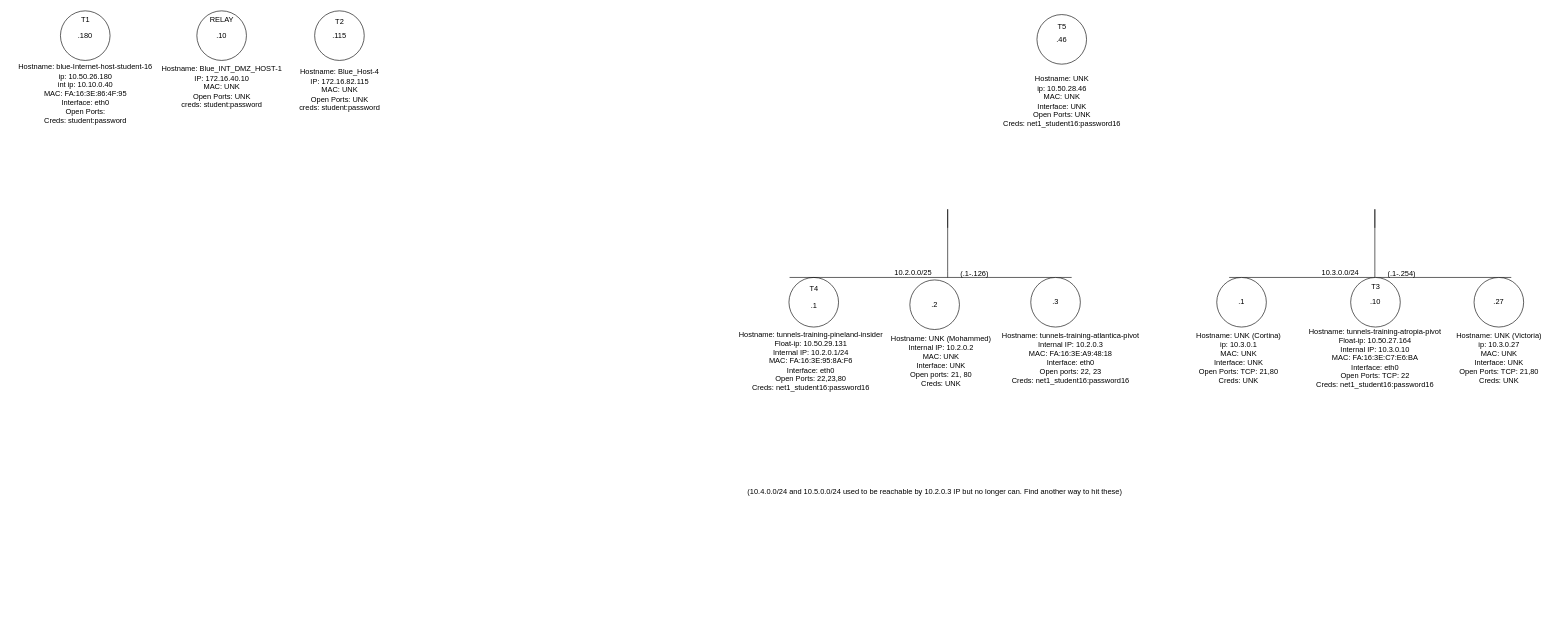
This is CTFdChallenge.drawio from Flyingtomat0/Net-Maps, a draw.io file, before an edit. Source tidied: cells renumbered, new cells numbered last; positions are measured from the earlier drawing's top-left corner, leaving out a move shared by most shapes. Both pictures are drawn from the tidied source at 62%, with x=0, y=0 at pixel (11, 11).
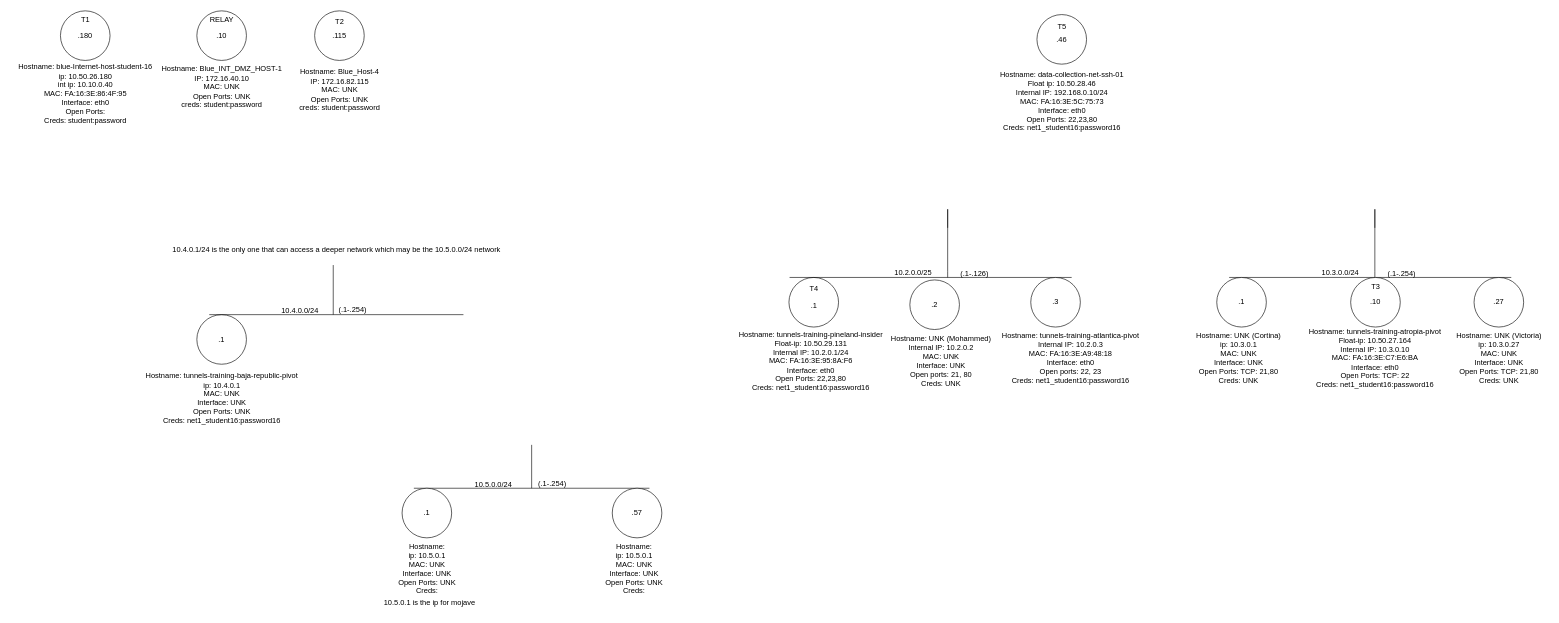
The same diagram, later.

Change to the diagram source:
```diff
@@
-    <mxCell id="6" value="&lt;div&gt;Hostname: UNK&lt;br&gt;&lt;/div&gt;&lt;div&gt;ip: 10.50.28.46&lt;br&gt;&lt;/div&gt;&lt;div&gt;MAC: UNK&lt;br&gt;&lt;/div&gt;&lt;div&gt;Interface: UNK&lt;br&gt;&lt;/div&gt;&lt;div&gt;Open Ports: UNK&lt;/div&gt;&lt;div&gt;Creds: net1_student16:password16&lt;/div&gt;" style="text;html=1;align=center;verticalAlign=middle;strokeColor=none;fillColor=none;" parent="1" vertex="1">
-      <mxGeometry x="1590" y="96" width="210" height="100" as="geometry" />
+    <mxCell id="6" value="&lt;div&gt;Hostname: data-collection-net-ssh-01&lt;br&gt;&lt;/div&gt;&lt;div&gt;Float ip: 10.50.28.46&lt;/div&gt;&lt;div&gt;Internal IP: 192.168.0.10/24&lt;br&gt;&lt;/div&gt;&lt;div&gt;MAC: FA:16:3E:5C:75:73&lt;br&gt;&lt;/div&gt;&lt;div&gt;Interface: eth0&lt;br&gt;&lt;/div&gt;&lt;div&gt;Open Ports: 22,23,80&lt;br&gt;&lt;/div&gt;&lt;div&gt;Creds: net1_student16:password16&lt;/div&gt;" style="text;html=1;align=center;verticalAlign=middle;strokeColor=none;fillColor=none;" parent="1" vertex="1">
+      <mxGeometry x="1585" y="91" width="220" height="110" as="geometry" />
     </mxCell>
@@
-    <mxCell id="37" value="(10.4.0.0/24 and 10.5.0.0/24 used to be reachable by 10.2.0.3 IP but no longer can. Find another way to hit these)" style="text;html=1;align=center;verticalAlign=middle;strokeColor=none;fillColor=none;" parent="1" vertex="1">
-      <mxGeometry x="1175" y="760" width="630" height="30" as="geometry" />
-    </mxCell>
+    <mxCell id="38" value=".1" style="ellipse;whiteSpace=wrap;html=1;" parent="1" vertex="1">
+      <mxGeometry x="300" y="490" width="80" height="80" as="geometry" />
+    </mxCell>
+    <mxCell id="39" value="10.4.0.0/24" style="text;html=1;align=center;verticalAlign=middle;strokeColor=none;fillColor=none;" parent="1" vertex="1">
+      <mxGeometry x="426" y="469" width="80" height="30" as="geometry" />
+    </mxCell>
+    <mxCell id="40" value="&lt;div&gt;Hostname: tunnels-training-baja-republic-pivot&lt;br&gt;&lt;/div&gt;&lt;div&gt;ip: 10.4.0.1&lt;br&gt;&lt;/div&gt;&lt;div&gt;MAC: UNK&lt;br&gt;&lt;/div&gt;&lt;div&gt;Interface: UNK&lt;br&gt;&lt;/div&gt;&lt;div&gt;Open Ports: UNK&lt;/div&gt;&lt;div&gt;Creds: net1_student16:password16&lt;/div&gt;" style="text;html=1;align=center;verticalAlign=middle;strokeColor=none;fillColor=none;" parent="1" vertex="1">
+      <mxGeometry x="205" y="575" width="270" height="100" as="geometry" />
+    </mxCell>
+    <mxCell id="41" value="10.4.0.1/24 is the only one that can access a deeper network which may be the 10.5.0.0/24 network" style="text;html=1;align=center;verticalAlign=middle;strokeColor=none;fillColor=none;" parent="1" vertex="1">
+      <mxGeometry x="250" y="370" width="550" height="30" as="geometry" />
+    </mxCell>
+    <mxCell id="42" value="10.5.0.1 is the ip for mojave" style="text;html=1;align=center;verticalAlign=middle;strokeColor=none;fillColor=none;" parent="1" vertex="1">
+      <mxGeometry x="590" y="940" width="170" height="30" as="geometry" />
+    </mxCell>
+    <mxCell id="43" style="endArrow=none;html=1;rounded=0;" parent="1" edge="1">
+      <mxGeometry relative="1" as="geometry">
+        <mxPoint x="320" y="490" as="sourcePoint" />
+        <mxPoint x="730" y="490" as="targetPoint" />
+      </mxGeometry>
+    </mxCell>
+    <mxCell id="44" style="endArrow=none;html=1;rounded=0;" parent="1" edge="1">
+      <mxGeometry relative="1" as="geometry">
+        <mxPoint x="520" y="490" as="sourcePoint" />
+        <mxPoint x="520" y="410" as="targetPoint" />
+      </mxGeometry>
+    </mxCell>
+    <mxCell id="45" value="(.1-.254)" style="text;html=1;align=center;verticalAlign=middle;strokeColor=none;fillColor=none;" parent="1" vertex="1">
+      <mxGeometry x="516" y="468" width="70" height="30" as="geometry" />
+    </mxCell>
+    <mxCell id="46" style="endArrow=none;html=1;rounded=0;" parent="1" edge="1">
+      <mxGeometry relative="1" as="geometry">
+        <mxPoint x="650" y="770" as="sourcePoint" />
+        <mxPoint x="1030" y="770" as="targetPoint" />
+      </mxGeometry>
+    </mxCell>
+    <mxCell id="47" style="endArrow=none;html=1;rounded=0;" parent="1" edge="1">
+      <mxGeometry relative="1" as="geometry">
+        <mxPoint x="840" y="770" as="sourcePoint" />
+        <mxPoint x="840" y="700" as="targetPoint" />
+      </mxGeometry>
+    </mxCell>
+    <mxCell id="48" value=".1" style="ellipse;whiteSpace=wrap;html=1;" parent="1" vertex="1">
+      <mxGeometry x="631" y="770" width="80" height="80" as="geometry" />
+    </mxCell>
+    <mxCell id="49" value=".57" style="ellipse;whiteSpace=wrap;html=1;" parent="1" vertex="1">
+      <mxGeometry x="970" y="770" width="80" height="80" as="geometry" />
+    </mxCell>
+    <mxCell id="50" value="10.5.0.0/24" style="text;html=1;align=center;verticalAlign=middle;strokeColor=none;fillColor=none;" parent="1" vertex="1">
+      <mxGeometry x="738" y="750" width="80" height="30" as="geometry" />
+    </mxCell>
+    <mxCell id="51" value="(.1-.254)" style="text;html=1;align=center;verticalAlign=middle;strokeColor=none;fillColor=none;" parent="1" vertex="1">
+      <mxGeometry x="838" y="748" width="70" height="30" as="geometry" />
+    </mxCell>
+    <mxCell id="52" value="&lt;div&gt;Hostname:&lt;br&gt;&lt;/div&gt;&lt;div&gt;ip: 10.5.0.1&lt;br&gt;&lt;/div&gt;&lt;div&gt;MAC: UNK&lt;br&gt;&lt;/div&gt;&lt;div&gt;Interface: UNK&lt;br&gt;&lt;/div&gt;&lt;div&gt;Open Ports: UNK&lt;/div&gt;&lt;div&gt;Creds:&lt;br&gt;&lt;/div&gt;" style="text;html=1;align=center;verticalAlign=middle;strokeColor=none;fillColor=none;" parent="1" vertex="1">
+      <mxGeometry x="611" y="850" width="120" height="100" as="geometry" />
+    </mxCell>
+    <mxCell id="53" value="&lt;div&gt;Hostname:&lt;br&gt;&lt;/div&gt;&lt;div&gt;ip: 10.5.0.1&lt;br&gt;&lt;/div&gt;&lt;div&gt;MAC: UNK&lt;br&gt;&lt;/div&gt;&lt;div&gt;Interface: UNK&lt;br&gt;&lt;/div&gt;&lt;div&gt;Open Ports: UNK&lt;/div&gt;&lt;div&gt;Creds:&lt;br&gt;&lt;/div&gt;" style="text;html=1;align=center;verticalAlign=middle;strokeColor=none;fillColor=none;" parent="1" vertex="1">
+      <mxGeometry x="945" y="850" width="120" height="100" as="geometry" />
+    </mxCell>
```
